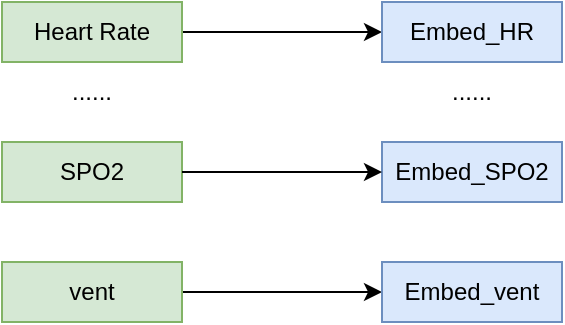
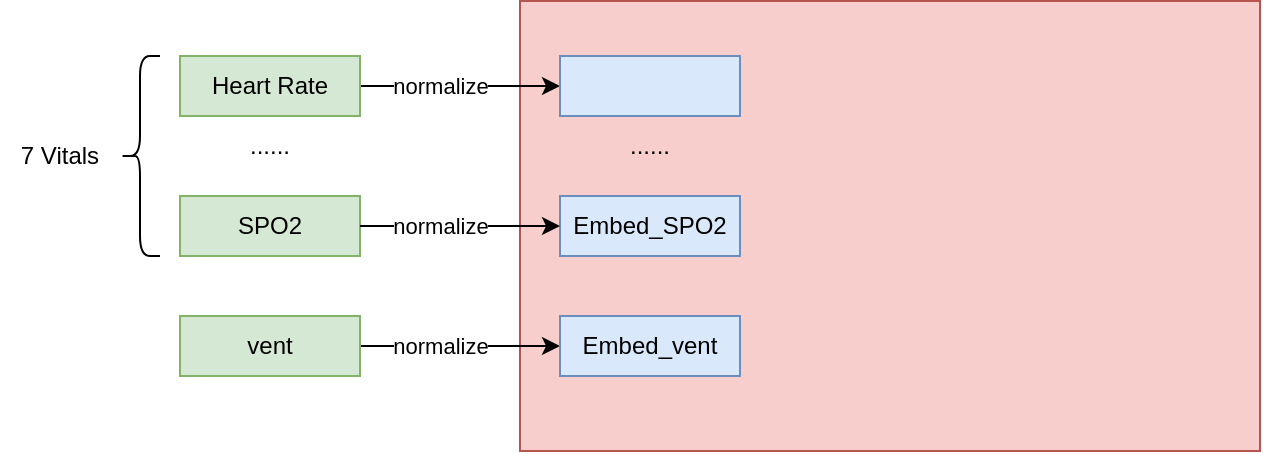
<mxfile host="app.diagrams.net">
  <diagram name="第 1 页" id="nAsU6gyC1mNvlDI-DRoH">
-     <mxGraphModel dx="593" dy="379" grid="1" gridSize="10" guides="1" tooltips="1" connect="1" arrows="1" fold="1" page="1" pageScale="1" pageWidth="827" pageHeight="1169" math="1" shadow="0">
+     <mxGraphModel dx="717" dy="458" grid="1" gridSize="10" guides="1" tooltips="1" connect="1" arrows="1" fold="1" page="1" pageScale="1" pageWidth="827" pageHeight="1169" math="1" shadow="0">
      <root>
        <mxCell id="0" />
        <mxCell id="1" parent="0" />
+         <mxCell id="kKPQh_yyxQglyLtZ7Z46-17" parent="1" style="rounded=0;whiteSpace=wrap;html=1;fillColor=#f8cecc;strokeColor=#b85450;" value="" vertex="1">
+           <mxGeometry height="225" width="370" x="360" y="152.5" as="geometry" />
+         </mxCell>
        <mxCell id="kKPQh_yyxQglyLtZ7Z46-4" edge="1" parent="1" source="pDWxXRjlAIgQHcPaZFlJ-1" style="edgeStyle=orthogonalEdgeStyle;rounded=0;orthogonalLoop=1;jettySize=auto;html=1;exitX=1;exitY=0.5;exitDx=0;exitDy=0;entryX=0;entryY=0.5;entryDx=0;entryDy=0;" target="kKPQh_yyxQglyLtZ7Z46-1">
          <mxGeometry relative="1" as="geometry" />
+         </mxCell>
+         <mxCell id="kKPQh_yyxQglyLtZ7Z46-18" connectable="0" parent="kKPQh_yyxQglyLtZ7Z46-4" style="edgeLabel;html=1;align=center;verticalAlign=middle;resizable=0;points=[];" value="normalize" vertex="1">
+           <mxGeometry relative="1" x="-0.6228" y="-1" as="geometry">
+             <mxPoint x="21" y="-1" as="offset" />
+           </mxGeometry>
        </mxCell>
        <mxCell id="pDWxXRjlAIgQHcPaZFlJ-1" parent="1" style="rounded=0;whiteSpace=wrap;html=1;fillColor=#d5e8d4;strokeColor=#82b366;" value="Heart Rate" vertex="1">
          <mxGeometry height="30" width="90" x="190" y="180" as="geometry" />
        </mxCell>
        <mxCell id="pDWxXRjlAIgQHcPaZFlJ-4" parent="1" style="rounded=0;whiteSpace=wrap;html=1;fillColor=#d5e8d4;strokeColor=#82b366;" value="SPO2" vertex="1">
          <mxGeometry height="30" width="90" x="190" y="250" as="geometry" />
        </mxCell>
        <mxCell id="kKPQh_yyxQglyLtZ7Z46-7" edge="1" parent="1" source="pDWxXRjlAIgQHcPaZFlJ-5" style="edgeStyle=orthogonalEdgeStyle;rounded=0;orthogonalLoop=1;jettySize=auto;html=1;exitX=1;exitY=0.5;exitDx=0;exitDy=0;entryX=0;entryY=0.5;entryDx=0;entryDy=0;" target="kKPQh_yyxQglyLtZ7Z46-3">
          <mxGeometry relative="1" as="geometry" />
        </mxCell>
        <mxCell id="pDWxXRjlAIgQHcPaZFlJ-5" parent="1" style="rounded=0;whiteSpace=wrap;html=1;fillColor=#d5e8d4;strokeColor=#82b366;" value="vent" vertex="1">
          <mxGeometry height="30" width="90" x="190" y="310" as="geometry" />
        </mxCell>
        <mxCell id="pDWxXRjlAIgQHcPaZFlJ-6" parent="1" style="text;html=1;whiteSpace=wrap;strokeColor=none;fillColor=none;align=center;verticalAlign=middle;rounded=0;" value="......" vertex="1">
          <mxGeometry height="30" width="60" x="205" y="210" as="geometry" />
        </mxCell>
-         <mxCell id="kKPQh_yyxQglyLtZ7Z46-1" parent="1" style="rounded=0;whiteSpace=wrap;html=1;fillColor=#dae8fc;strokeColor=#6c8ebf;" value="Embed_HR" vertex="1">
+         <mxCell id="kKPQh_yyxQglyLtZ7Z46-1" parent="1" style="rounded=0;whiteSpace=wrap;html=1;fillColor=#dae8fc;strokeColor=#6c8ebf;" value="" vertex="1">
          <mxGeometry height="30" width="90" x="380" y="180" as="geometry" />
        </mxCell>
        <mxCell id="kKPQh_yyxQglyLtZ7Z46-2" parent="1" style="rounded=0;whiteSpace=wrap;html=1;fillColor=#dae8fc;strokeColor=#6c8ebf;" value="Embed_SPO2" vertex="1">
          <mxGeometry height="30" width="90" x="380" y="250" as="geometry" />
        </mxCell>
        <mxCell id="kKPQh_yyxQglyLtZ7Z46-3" parent="1" style="rounded=0;whiteSpace=wrap;html=1;fillColor=#dae8fc;strokeColor=#6c8ebf;" value="Embed_vent" vertex="1">
          <mxGeometry height="30" width="90" x="380" y="310" as="geometry" />
        </mxCell>
        <mxCell id="kKPQh_yyxQglyLtZ7Z46-5" edge="1" parent="1" source="pDWxXRjlAIgQHcPaZFlJ-4" style="edgeStyle=orthogonalEdgeStyle;rounded=0;orthogonalLoop=1;jettySize=auto;html=1;entryX=0;entryY=0.5;entryDx=0;entryDy=0;exitX=1;exitY=0.5;exitDx=0;exitDy=0;" target="kKPQh_yyxQglyLtZ7Z46-2">
          <mxGeometry relative="1" as="geometry">
            <Array as="points">
              <mxPoint x="330" y="265" />
              <mxPoint x="330" y="265" />
            </Array>
            <mxPoint x="330" y="260" as="sourcePoint" />
            <mxPoint x="430" y="260" as="targetPoint" />
          </mxGeometry>
        </mxCell>
        <mxCell id="kKPQh_yyxQglyLtZ7Z46-8" parent="1" style="text;html=1;whiteSpace=wrap;strokeColor=none;fillColor=none;align=center;verticalAlign=middle;rounded=0;" value="......" vertex="1">
          <mxGeometry height="30" width="60" x="395" y="210" as="geometry" />
        </mxCell>
+         <mxCell id="kKPQh_yyxQglyLtZ7Z46-13" parent="1" style="shape=curlyBracket;whiteSpace=wrap;html=1;rounded=1;labelPosition=left;verticalLabelPosition=middle;align=right;verticalAlign=middle;" value="" vertex="1">
+           <mxGeometry height="100" width="20" x="160" y="180" as="geometry" />
+         </mxCell>
+         <mxCell id="kKPQh_yyxQglyLtZ7Z46-14" parent="1" style="text;html=1;whiteSpace=wrap;strokeColor=none;fillColor=none;align=center;verticalAlign=middle;rounded=0;" value="7 Vitals" vertex="1">
+           <mxGeometry height="30" width="60" x="100" y="215" as="geometry" />
+         </mxCell>
+         <mxCell id="kKPQh_yyxQglyLtZ7Z46-19" connectable="0" parent="1" style="edgeLabel;html=1;align=center;verticalAlign=middle;resizable=0;points=[];" value="normalize" vertex="1">
+           <mxGeometry x="320" y="265" as="geometry" />
+         </mxCell>
+         <mxCell id="kKPQh_yyxQglyLtZ7Z46-20" connectable="0" parent="1" style="edgeLabel;html=1;align=center;verticalAlign=middle;resizable=0;points=[];" value="normalize" vertex="1">
+           <mxGeometry x="320" y="325" as="geometry" />
+         </mxCell>
      </root>
    </mxGraphModel>
  </diagram>
</mxfile>
